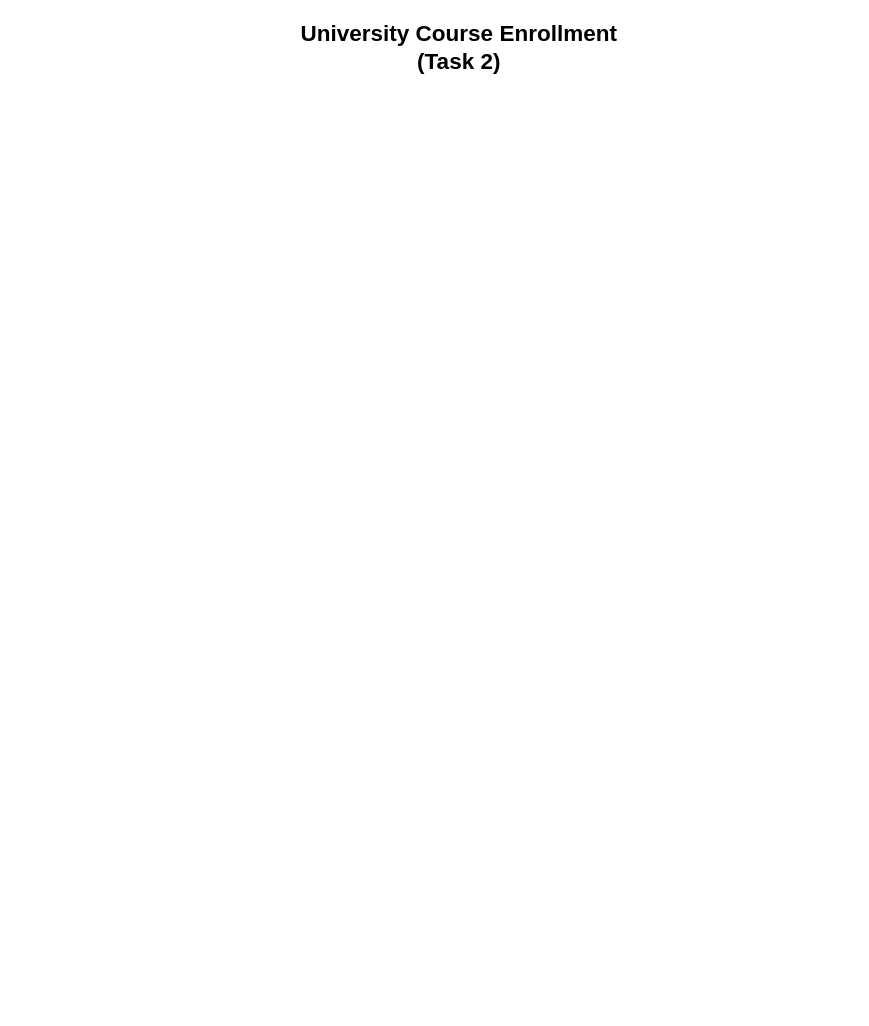
Above: Mapping/task_2..drawio in mariamnabeh/Database-ERD-EERD-Models (draw.io), before the change. Source tidied: cells renumbered, new cells numbered last; positions are measured from the earlier drawing's top-left corner, leaving out a move shared by most shapes. Both pictures are drawn from the tidied source at 125%, with x=0, y=0 at pixel (284, 29).
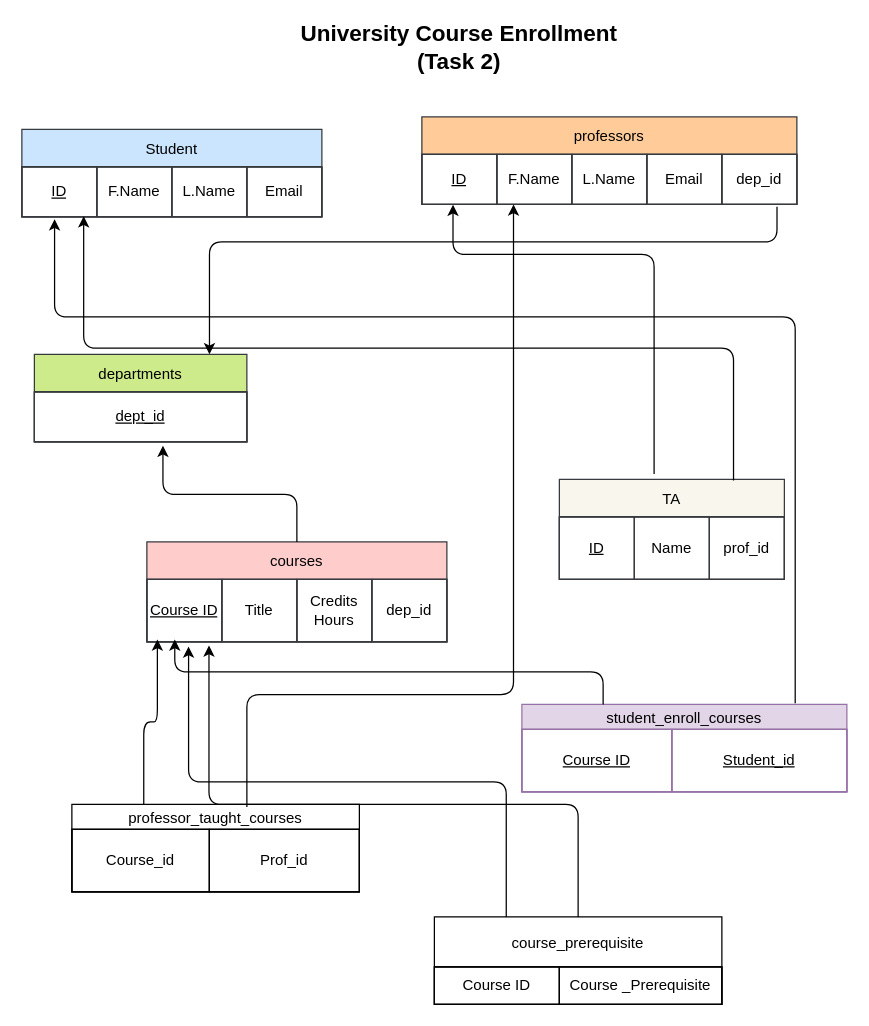
Above is the later version.

Commit message (it also covers changes not shown here):
Add course and banking schema diagrams

Complete the Task 2 university enrollment mapping and add a Task 3 banking system schema, including tables and relationships.

The edit, as a diff of the source:
```diff
@@
+    <mxCell id="3" value="courses" style="shape=table;startSize=30;childLayout=tableLayout;fixedHeader=1;tableRender=collapsed;fillColor=#ffcccc;strokeColor=#36393d;" parent="1" vertex="1">
+      <mxGeometry x="-110" y="410" width="240" height="80" as="geometry" />
+    </mxCell>
+    <mxCell id="4" style="shape=tableRow;horizontal=0;startSize=0;swimlaneHead=0;swimlaneBody=0;strokeColor=inherit;fillColor=none;points=[[0,0.5],[1,0.5]];portConstraint=eastwest;fixedHeader=1;" parent="3" vertex="1">
+      <mxGeometry y="30" width="240" height="50" as="geometry" />
+    </mxCell>
+    <mxCell id="5" value="&lt;u&gt;Course ID&lt;/u&gt;" style="shape=partialRectangle;html=1;whiteSpace=wrap;strokeColor=inherit;overflow=hidden;fillColor=none;" parent="4" vertex="1">
+      <mxGeometry width="60" height="50" as="geometry" />
+    </mxCell>
+    <mxCell id="6" value="Title" style="shape=partialRectangle;html=1;whiteSpace=wrap;strokeColor=inherit;overflow=hidden;fillColor=none;" parent="4" vertex="1">
+      <mxGeometry x="60" width="60" height="50" as="geometry" />
+    </mxCell>
+    <mxCell id="7" value="Credits Hours" style="shape=partialRectangle;html=1;whiteSpace=wrap;strokeColor=inherit;overflow=hidden;fillColor=none;" parent="4" vertex="1">
+      <mxGeometry x="120" width="60" height="50" as="geometry" />
+    </mxCell>
+    <mxCell id="8" value="dep_id" style="shape=partialRectangle;html=1;whiteSpace=wrap;strokeColor=inherit;overflow=hidden;fillColor=none;" parent="4" vertex="1">
+      <mxGeometry x="180" width="60" height="50" as="geometry" />
+    </mxCell>
+    <mxCell id="9" value="Student" style="shape=table;startSize=30;childLayout=tableLayout;fixedHeader=1;tableRender=collapsed;fillColor=#cce5ff;strokeColor=#36393d;" parent="1" vertex="1">
+      <mxGeometry x="-210" y="80" width="240" height="70" as="geometry" />
+    </mxCell>
+    <mxCell id="10" style="shape=tableRow;horizontal=0;startSize=0;swimlaneHead=0;swimlaneBody=0;strokeColor=inherit;fillColor=none;points=[[0,0.5],[1,0.5]];portConstraint=eastwest;fixedHeader=1;" parent="9" vertex="1">
+      <mxGeometry y="30" width="240" height="40" as="geometry" />
+    </mxCell>
+    <mxCell id="11" value="&lt;u&gt;ID&lt;/u&gt;" style="shape=partialRectangle;html=1;whiteSpace=wrap;strokeColor=inherit;overflow=hidden;fillColor=none;" parent="10" vertex="1">
+      <mxGeometry width="60" height="40" as="geometry" />
+    </mxCell>
+    <mxCell id="12" value="F.Name" style="shape=partialRectangle;html=1;whiteSpace=wrap;strokeColor=inherit;overflow=hidden;fillColor=none;" parent="10" vertex="1">
+      <mxGeometry x="60" width="60" height="40" as="geometry" />
+    </mxCell>
+    <mxCell id="13" value="L.Name" style="shape=partialRectangle;html=1;whiteSpace=wrap;strokeColor=inherit;overflow=hidden;fillColor=none;" parent="10" vertex="1">
+      <mxGeometry x="120" width="60" height="40" as="geometry" />
+    </mxCell>
+    <mxCell id="14" value="Email" style="shape=partialRectangle;html=1;whiteSpace=wrap;strokeColor=inherit;overflow=hidden;fillColor=none;" parent="10" vertex="1">
+      <mxGeometry x="180" width="60" height="40" as="geometry" />
+    </mxCell>
+    <mxCell id="15" value="departments" style="shape=table;startSize=30;childLayout=tableLayout;fixedHeader=1;tableRender=collapsed;fillColor=#cdeb8b;strokeColor=#36393d;" parent="1" vertex="1">
+      <mxGeometry x="-200" y="260" width="170" height="70" as="geometry" />
+    </mxCell>
+    <mxCell id="16" style="shape=tableRow;horizontal=0;startSize=0;swimlaneHead=0;swimlaneBody=0;strokeColor=inherit;fillColor=none;points=[[0,0.5],[1,0.5]];portConstraint=eastwest;fixedHeader=1;" parent="15" vertex="1">
+      <mxGeometry y="30" width="170" height="40" as="geometry" />
+    </mxCell>
+    <mxCell id="17" value="&lt;u&gt;dept_id&lt;/u&gt;" style="shape=partialRectangle;html=1;whiteSpace=wrap;strokeColor=inherit;overflow=hidden;fillColor=none;" parent="16" vertex="1">
+      <mxGeometry width="170" height="40" as="geometry" />
+    </mxCell>
+    <mxCell id="18" style="edgeStyle=elbowEdgeStyle;elbow=vertical;html=1;exitX=0.421;exitY=-0.054;exitDx=0;exitDy=0;exitPerimeter=0;entryX=0.083;entryY=1.005;entryDx=0;entryDy=0;entryPerimeter=0;" parent="1" edge="1" source="19" target="25">
+      <mxGeometry x="-0.2" relative="1" as="geometry">
+        <Array as="points">
+          <mxPoint x="290" y="180" />
+        </Array>
+      </mxGeometry>
+    </mxCell>
+    <mxCell id="19" value="TA" style="shape=table;startSize=30;childLayout=tableLayout;fixedHeader=1;tableRender=collapsed;fillColor=#f9f7ed;strokeColor=#36393d;" parent="1" vertex="1">
+      <mxGeometry x="220" y="360" width="180" height="80" as="geometry" />
+    </mxCell>
+    <mxCell id="20" style="shape=tableRow;horizontal=0;startSize=0;swimlaneHead=0;swimlaneBody=0;strokeColor=inherit;fillColor=none;fixedHeader=1;" parent="19" vertex="1">
+      <mxGeometry y="30" width="180" height="50" as="geometry" />
+    </mxCell>
+    <mxCell id="21" value="&lt;u&gt;ID&lt;/u&gt;" style="shape=partialRectangle;html=1;whiteSpace=wrap;strokeColor=inherit;overflow=hidden;fillColor=none;" parent="20" vertex="1">
+      <mxGeometry width="60" height="50" as="geometry" />
+    </mxCell>
+    <mxCell id="22" value="Name" style="shape=partialRectangle;html=1;whiteSpace=wrap;strokeColor=inherit;overflow=hidden;fillColor=none;" parent="20" vertex="1">
+      <mxGeometry x="60" width="60" height="50" as="geometry" />
+    </mxCell>
+    <mxCell id="23" value="prof_id" style="shape=partialRectangle;html=1;whiteSpace=wrap;strokeColor=inherit;overflow=hidden;fillColor=none;" parent="20" vertex="1">
+      <mxGeometry x="120" width="60" height="50" as="geometry" />
+    </mxCell>
+    <mxCell id="24" value="professors" style="shape=table;startSize=30;childLayout=tableLayout;fixedHeader=1;tableRender=collapsed;fillColor=#ffcc99;strokeColor=#36393d;" parent="1" vertex="1">
+      <mxGeometry x="110" y="70" width="300" height="70" as="geometry" />
+    </mxCell>
+    <mxCell id="25" style="shape=tableRow;horizontal=0;startSize=0;swimlaneHead=0;swimlaneBody=0;strokeColor=inherit;fillColor=none;points=[[0,0.5],[1,0.5]];portConstraint=eastwest;fixedHeader=1;" parent="24" vertex="1">
+      <mxGeometry y="30" width="300" height="40" as="geometry" />
+    </mxCell>
+    <mxCell id="26" value="&lt;u&gt;ID&lt;/u&gt;" style="shape=partialRectangle;html=1;whiteSpace=wrap;strokeColor=inherit;overflow=hidden;fillColor=none;" parent="25" vertex="1">
+      <mxGeometry width="60" height="40" as="geometry" />
+    </mxCell>
+    <mxCell id="27" value="F.Name" style="shape=partialRectangle;html=1;whiteSpace=wrap;strokeColor=inherit;overflow=hidden;fillColor=none;" parent="25" vertex="1">
+      <mxGeometry x="60" width="60" height="40" as="geometry" />
+    </mxCell>
+    <mxCell id="28" value="L.Name" style="shape=partialRectangle;html=1;whiteSpace=wrap;strokeColor=inherit;overflow=hidden;fillColor=none;" parent="25" vertex="1">
+      <mxGeometry x="120" width="60" height="40" as="geometry" />
+    </mxCell>
+    <mxCell id="29" value="Email" style="shape=partialRectangle;html=1;whiteSpace=wrap;strokeColor=inherit;overflow=hidden;fillColor=none;" parent="25" vertex="1">
+      <mxGeometry x="180" width="60" height="40" as="geometry" />
+    </mxCell>
+    <mxCell id="30" value="dep_id" style="shape=partialRectangle;html=1;whiteSpace=wrap;strokeColor=inherit;overflow=hidden;fillColor=none;" parent="25" vertex="1">
+      <mxGeometry x="240" width="60" height="40" as="geometry" />
+    </mxCell>
+    <mxCell id="31" style="edgeStyle=elbowEdgeStyle;elbow=vertical;html=1;exitX=0.947;exitY=1.045;exitDx=0;exitDy=0;entryX=0.824;entryY=0;entryDx=0;entryDy=0;entryPerimeter=0;exitPerimeter=0;" parent="1" edge="1" source="25" target="15">
+      <mxGeometry relative="1" as="geometry">
+        <Array as="points">
+          <mxPoint x="150" y="170" />
+        </Array>
+      </mxGeometry>
+    </mxCell>
+    <mxCell id="32" style="edgeStyle=elbowEdgeStyle;elbow=vertical;html=1;exitX=0.774;exitY=0.012;exitDx=0;exitDy=0;exitPerimeter=0;entryX=0.206;entryY=0.987;entryDx=0;entryDy=0;entryPerimeter=0;" parent="1" edge="1" source="19" target="10">
+      <mxGeometry x="0.08" relative="1" as="geometry" />
+    </mxCell>
+    <mxCell id="33" style="edgeStyle=elbowEdgeStyle;elbow=vertical;html=1;entryX=0.605;entryY=1.075;entryDx=0;entryDy=0;entryPerimeter=0;" parent="1" edge="1" source="3" target="16">
+      <mxGeometry relative="1" as="geometry" />
+    </mxCell>
+    <mxCell id="34" value="student_enroll_courses" style="shape=table;startSize=20;childLayout=tableLayout;fixedHeader=1;tableRender=collapsed;fillColor=#e1d5e7;strokeColor=#9673a6;" parent="1" vertex="1">
+      <mxGeometry x="190" y="540" width="260" height="70" as="geometry" />
+    </mxCell>
+    <mxCell id="35" style="shape=tableRow;horizontal=0;startSize=0;swimlaneHead=0;swimlaneBody=0;strokeColor=inherit;fillColor=none;fixedHeader=1;" parent="34" vertex="1">
+      <mxGeometry y="20" width="260" height="50" as="geometry" />
+    </mxCell>
+    <mxCell id="36" value="&lt;u&gt;Course ID&lt;/u&gt;" style="shape=partialRectangle;html=1;whiteSpace=wrap;strokeColor=inherit;overflow=hidden;fillColor=none;" parent="35" vertex="1">
+      <mxGeometry width="120" height="50" as="geometry" />
+    </mxCell>
+    <mxCell id="37" value="&lt;u&gt;Student_id&lt;/u&gt;" style="shape=partialRectangle;html=1;whiteSpace=wrap;strokeColor=inherit;overflow=hidden;fillColor=none;" parent="35" vertex="1">
+      <mxGeometry x="120" width="140" height="50" as="geometry" />
+    </mxCell>
+    <mxCell id="38" style="edgeStyle=elbowEdgeStyle;elbow=vertical;html=1;exitX=0.25;exitY=0;exitDx=0;exitDy=0;entryX=0.093;entryY=0.961;entryDx=0;entryDy=0;entryPerimeter=0;" parent="1" edge="1" source="34" target="4">
+      <mxGeometry relative="1" as="geometry" />
+    </mxCell>
+    <mxCell id="39" style="edgeStyle=elbowEdgeStyle;elbow=vertical;html=1;entryX=0.109;entryY=1.045;entryDx=0;entryDy=0;entryPerimeter=0;exitX=0.841;exitY=-0.014;exitDx=0;exitDy=0;exitPerimeter=0;" parent="1" edge="1" source="34" target="10">
+      <mxGeometry x="0.14" relative="1" as="geometry">
+        <Array as="points">
+          <mxPoint x="130" y="230" />
+        </Array>
+      </mxGeometry>
+    </mxCell>
+    <mxCell id="40" value="professor_taught_courses" style="shape=table;startSize=20;childLayout=tableLayout;fixedHeader=1;tableRender=collapsed;" parent="1" vertex="1">
+      <mxGeometry x="-170" y="620" width="230" height="70" as="geometry" />
+    </mxCell>
+    <mxCell id="41" style="shape=tableRow;horizontal=0;startSize=0;swimlaneHead=0;swimlaneBody=0;strokeColor=inherit;fillColor=none;fixedHeader=1;" parent="40" vertex="1">
+      <mxGeometry y="20" width="230" height="50" as="geometry" />
+    </mxCell>
+    <mxCell id="42" value="Course_id" style="shape=partialRectangle;html=1;whiteSpace=wrap;strokeColor=inherit;overflow=hidden;fillColor=none;" parent="41" vertex="1">
+      <mxGeometry width="110" height="50" as="geometry" />
+    </mxCell>
+    <mxCell id="43" value="Prof_id" style="shape=partialRectangle;html=1;whiteSpace=wrap;strokeColor=inherit;overflow=hidden;fillColor=none;" parent="41" vertex="1">
+      <mxGeometry x="110" width="120" height="50" as="geometry" />
+    </mxCell>
+    <mxCell id="44" value="course_prerequisite" style="shape=table;startSize=40;childLayout=tableLayout;fixedHeader=1;tableRender=collapsed;" parent="1" vertex="1">
+      <mxGeometry x="120" y="710" width="230" height="70" as="geometry" />
+    </mxCell>
+    <mxCell id="45" style="shape=tableRow;horizontal=0;startSize=0;swimlaneHead=0;swimlaneBody=0;strokeColor=inherit;fillColor=none;fixedHeader=1;" parent="44" vertex="1">
+      <mxGeometry y="40" width="230" height="30" as="geometry" />
+    </mxCell>
+    <mxCell id="46" value="Course ID" style="shape=partialRectangle;html=1;whiteSpace=wrap;strokeColor=inherit;overflow=hidden;fillColor=none;" parent="45" vertex="1">
+      <mxGeometry width="100" height="30" as="geometry" />
+    </mxCell>
+    <mxCell id="47" value="Course _Prerequisite" style="shape=partialRectangle;html=1;whiteSpace=wrap;strokeColor=inherit;overflow=hidden;fillColor=none;" parent="45" vertex="1">
+      <mxGeometry x="100" width="130" height="30" as="geometry" />
+    </mxCell>
+    <mxCell id="48" style="edgeStyle=elbowEdgeStyle;elbow=vertical;html=1;exitX=0.25;exitY=0;exitDx=0;exitDy=0;entryX=0.035;entryY=0.961;entryDx=0;entryDy=0;entryPerimeter=0;" parent="1" edge="1" source="40" target="4">
+      <mxGeometry relative="1" as="geometry" />
+    </mxCell>
+    <mxCell id="49" style="edgeStyle=elbowEdgeStyle;elbow=vertical;html=1;entryX=0.161;entryY=0.947;entryDx=0;entryDy=0;entryPerimeter=0;" parent="1" edge="1">
+      <mxGeometry x="-0.01" relative="1" as="geometry">
+        <mxPoint x="-30" y="622.1" as="sourcePoint" />
+        <mxPoint x="183.3" y="140" as="targetPoint" />
+        <Array as="points">
+          <mxPoint x="195" y="532.1" />
+        </Array>
+      </mxGeometry>
+    </mxCell>
+    <mxCell id="50" style="edgeStyle=elbowEdgeStyle;elbow=vertical;html=1;entryX=0.207;entryY=1.056;entryDx=0;entryDy=0;entryPerimeter=0;" parent="1" edge="1" source="44" target="4">
+      <mxGeometry relative="1" as="geometry">
+        <Array as="points">
+          <mxPoint x="100" y="620" />
+        </Array>
+      </mxGeometry>
+    </mxCell>
+    <mxCell id="51" style="edgeStyle=elbowEdgeStyle;elbow=vertical;html=1;entryX=0.139;entryY=1.075;entryDx=0;entryDy=0;entryPerimeter=0;exitX=0.25;exitY=0;exitDx=0;exitDy=0;" parent="1" edge="1" source="44" target="4">
+      <mxGeometry x="-0.12" relative="1" as="geometry" />
+    </mxCell>
```
